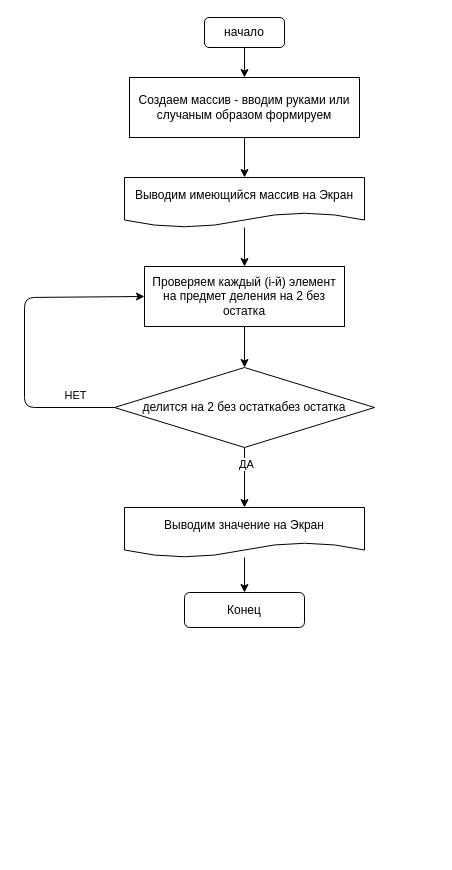
Before: work1.md/list.drawio in SVStepan/control-work, a draw.io diagram. Source tidied: cells renumbered, new cells numbered last; positions are measured from the earlier drawing's top-left corner, leaving out a move shared by most shapes. Both pictures are drawn from the tidied source at 100%, with x=0, y=0 at pixel (24, 17).
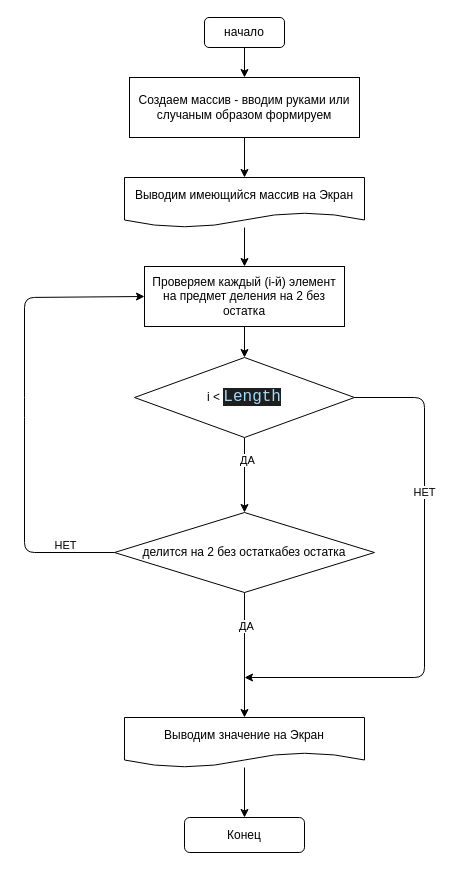
Above is the later version.

Commit message:
Блок схема

Unchanged cells that the change refers to:
```xml
<mxCell id="9" value="Проверяем каждый (i-й) элемент на предмет деления на 2 без остатка" style="rounded=0;whiteSpace=wrap;html=1;" parent="1" vertex="1">
  <mxGeometry x="120" y="249" width="200" height="60" as="geometry" />
</mxCell>
```

Diff of the diagram source:
```diff
@@
-    <mxCell id="8" style="edgeStyle=none;html=1;exitX=0.5;exitY=1;exitDx=0;exitDy=0;entryX=0.5;entryY=0;entryDx=0;entryDy=0;" parent="1" edge="1" source="9" target="14">
-      <mxGeometry relative="1" as="geometry" />
-    </mxCell>
+    <mxCell id="18" style="edgeStyle=none;html=1;exitX=0.5;exitY=1;exitDx=0;exitDy=0;entryX=0.5;entryY=0;entryDx=0;entryDy=0;" parent="1" edge="1" source="9" target="23">
+      <mxGeometry relative="1" as="geometry" />
+    </mxCell>
@@
     <mxCell id="10" style="edgeStyle=none;html=1;exitX=0;exitY=0.5;exitDx=0;exitDy=0;entryX=0;entryY=0.5;entryDx=0;entryDy=0;" parent="1" edge="1" source="14" target="9">
       <mxGeometry relative="1" as="geometry">
         <Array as="points">
+          <mxPoint y="535" />
           <mxPoint y="390" />
           <mxPoint y="280" />
         </Array>
       </mxGeometry>
     </mxCell>
     <mxCell id="11" value="НЕТ" style="edgeLabel;html=1;align=center;verticalAlign=middle;" parent="10" vertex="1">
       <mxGeometry x="0.1" relative="1" as="geometry">
-        <mxPoint x="50" y="73" as="offset" />
+        <mxPoint x="40" y="158" as="offset" />
       </mxGeometry>
     </mxCell>
@@
     <mxCell id="14" value="делится на 2 без остаткабез остатка" style="rhombus;whiteSpace=wrap;html=1;" parent="1" vertex="1">
-      <mxGeometry x="90" y="350" width="260" height="80" as="geometry" />
+      <mxGeometry x="90" y="495" width="260" height="80" as="geometry" />
     </mxCell>
@@
     <mxCell id="16" value="Выводим значение на Экран" style="shape=document;whiteSpace=wrap;html=1;boundedLbl=1;" parent="1" vertex="1">
-      <mxGeometry x="100" y="490" width="240" height="50" as="geometry" />
+      <mxGeometry x="100" y="700" width="240" height="50" as="geometry" />
     </mxCell>
     <mxCell id="17" value="Конец" style="rounded=1;whiteSpace=wrap;html=1;" parent="1" vertex="1">
-      <mxGeometry x="160" y="575" width="120" height="35" as="geometry" />
+      <mxGeometry x="160" y="800" width="120" height="35" as="geometry" />
     </mxCell>
+    <mxCell id="19" style="edgeStyle=none;html=1;entryX=0.5;entryY=0;entryDx=0;entryDy=0;" parent="1" edge="1" source="23" target="14">
+      <mxGeometry relative="1" as="geometry" />
+    </mxCell>
+    <mxCell id="20" value="ДА" style="edgeLabel;html=1;align=center;verticalAlign=middle;" parent="19" vertex="1">
+      <mxGeometry x="-0.41" y="2" relative="1" as="geometry" />
+    </mxCell>
+    <mxCell id="21" style="edgeStyle=none;html=1;exitX=1;exitY=0.5;exitDx=0;exitDy=0;" parent="1" edge="1" source="23">
+      <mxGeometry relative="1" as="geometry">
+        <mxPoint x="220" y="660" as="targetPoint" />
+        <Array as="points">
+          <mxPoint x="400" y="380" />
+          <mxPoint x="400" y="660" />
+        </Array>
+      </mxGeometry>
+    </mxCell>
+    <mxCell id="22" value="НЕТ" style="edgeLabel;html=1;align=center;verticalAlign=middle;" parent="21" vertex="1">
+      <mxGeometry x="-0.38" y="-1" relative="1" as="geometry" />
+    </mxCell>
+    <mxCell id="23" value="i &amp;lt;&amp;nbsp;&lt;span style=&quot;color: rgb(156 , 220 , 254) ; background-color: rgb(30 , 30 , 30) ; font-family: &amp;#34;consolas&amp;#34; , &amp;#34;courier new&amp;#34; , monospace ; font-size: 16px&quot;&gt;Length&lt;/span&gt;" style="rhombus;whiteSpace=wrap;html=1;" parent="1" vertex="1">
+      <mxGeometry x="110" y="340" width="220" height="80" as="geometry" />
+    </mxCell>
```
